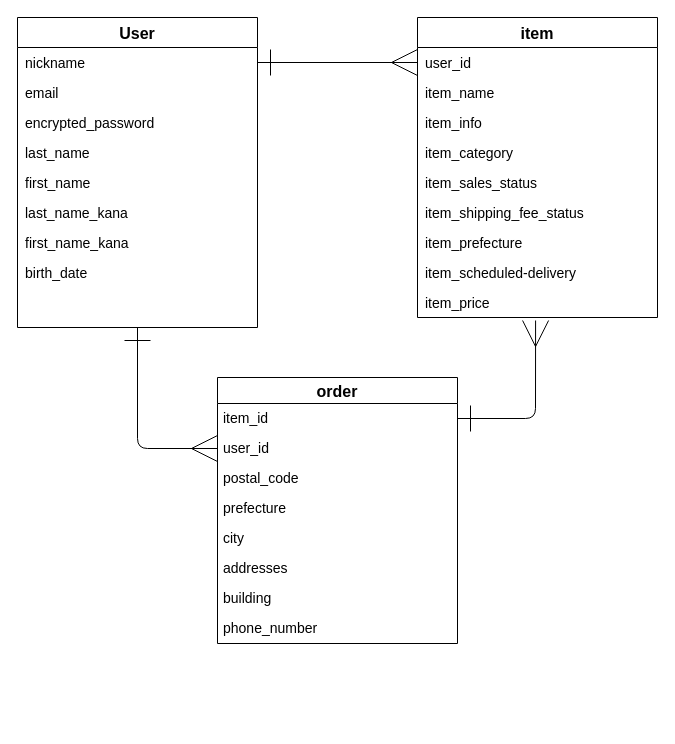
Before: furima.dio in miyazawa220618/furima-38168, a draw.io diagram. Source tidied: cells renumbered, new cells numbered last; positions are measured from the earlier drawing's top-left corner, leaving out a move shared by most shapes. Both pictures are drawn from the tidied source at 100%, with x=0, y=0 at pixel (17, 17).
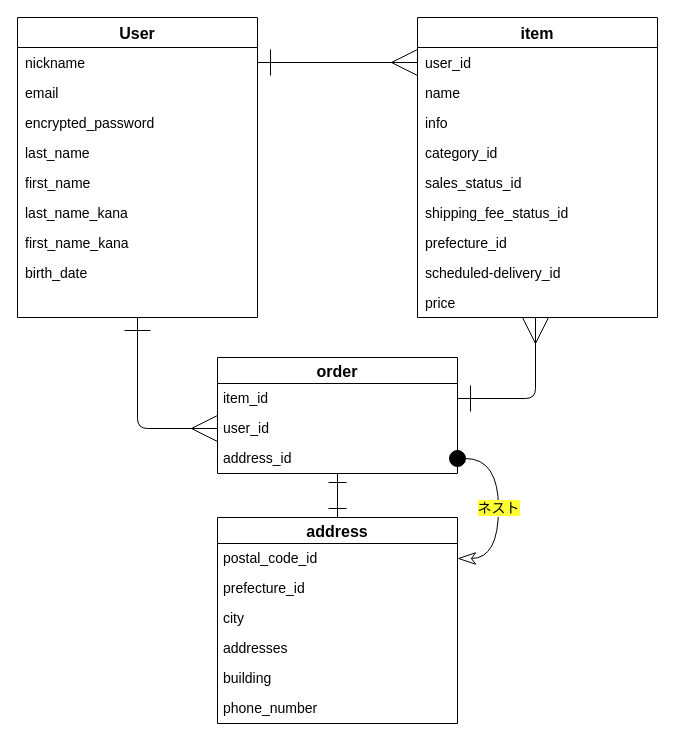
Above is the later version.

Commit message (it also covers changes not shown here):
ER図/READMEの作成［修正］

住所テーブル(address)の追加/ActiveHash化するために_idの追加/データ型の修正

The change refers to these unchanged cells:
```xml
<mxCell id="22" style="shape=partialRectangle;fillColor=none;top=0;left=0;bottom=0;right=0;" parent="19" vertex="1">
  <mxGeometry y="60" width="240" height="30" as="geometry" />
</mxCell>
<mxCell id="24" style="shape=partialRectangle;fillColor=none;top=0;left=0;bottom=0;right=0;" parent="19" vertex="1">
  <mxGeometry y="90" width="240" height="30" as="geometry" />
</mxCell>
<mxCell id="26" style="shape=partialRectangle;fillColor=none;top=0;left=0;bottom=0;right=0;" parent="19" vertex="1">
  <mxGeometry y="120" width="240" height="30" as="geometry" />
</mxCell>
<mxCell id="28" style="shape=partialRectangle;fillColor=none;top=0;left=0;bottom=0;right=0;" parent="19" vertex="1">
  <mxGeometry y="150" width="240" height="30" as="geometry" />
</mxCell>
<mxCell id="30" style="shape=partialRectangle;fillColor=none;top=0;left=0;bottom=0;right=0;" parent="19" vertex="1">
  <mxGeometry y="180" width="240" height="30" as="geometry" />
</mxCell>
<mxCell id="32" style="shape=partialRectangle;fillColor=none;top=0;left=0;bottom=0;right=0;" parent="19" vertex="1">
  <mxGeometry y="210" width="240" height="30" as="geometry" />
</mxCell>
<mxCell id="34" style="shape=partialRectangle;fillColor=none;top=0;left=0;bottom=0;right=0;" parent="19" vertex="1">
  <mxGeometry y="240" width="240" height="30" as="geometry" />
</mxCell>
<mxCell id="36" style="shape=partialRectangle;fillColor=none;top=0;left=0;bottom=0;right=0;points=[[0,0.5],[1,0.5]];portConstraint=eastwest;" parent="19" vertex="1">
  <mxGeometry y="270" width="240" height="30" as="geometry" />
</mxCell>
<mxCell id="40" value="item_id" style="text;strokeColor=none;fillColor=none;spacingLeft=4;spacingRight=4;overflow=hidden;points=[[0,0.5],[1,0.5]];portConstraint=eastwest;fontSize=14;" parent="39" vertex="1">
  <mxGeometry y="26" width="240" height="30" as="geometry" />
</mxCell>
<mxCell id="41" value="user_id" style="text;strokeColor=none;fillColor=none;spacingLeft=4;spacingRight=4;overflow=hidden;points=[[0,0.5],[1,0.5]];portConstraint=eastwest;fontSize=14;" parent="39" vertex="1">
  <mxGeometry y="56" width="240" height="30" as="geometry" />
</mxCell>
```

What changed in the source:
```diff
@@
     <mxCell id="2" value="User" style="shape=table;startSize=30;childLayout=tableLayout;rowLines=0;fontStyle=1;align=center;fontSize=16;" parent="1" vertex="1">
-      <mxGeometry width="240" height="310" as="geometry" />
+      <mxGeometry width="240" height="300" as="geometry" />
     </mxCell>
@@
-    <mxCell id="23" value="item_name" style="shape=partialRectangle;fillColor=none;top=0;left=0;bottom=0;right=0;align=left;spacingLeft=6;overflow=hidden;fontSize=14;" parent="22" vertex="1">
+    <mxCell id="23" value="name" style="shape=partialRectangle;fillColor=none;top=0;left=0;bottom=0;right=0;align=left;spacingLeft=6;overflow=hidden;fontSize=14;" parent="22" vertex="1">
       <mxGeometry width="240" height="30" as="geometry" />
     </mxCell>
@@
-    <mxCell id="25" value="item_info" style="shape=partialRectangle;fillColor=none;top=0;left=0;bottom=0;right=0;align=left;spacingLeft=6;overflow=hidden;fontSize=14;" parent="24" vertex="1">
+    <mxCell id="25" value="info" style="shape=partialRectangle;fillColor=none;top=0;left=0;bottom=0;right=0;align=left;spacingLeft=6;overflow=hidden;fontSize=14;" parent="24" vertex="1">
       <mxGeometry width="240" height="30" as="geometry" />
     </mxCell>
@@
-    <mxCell id="27" value="item_category" style="shape=partialRectangle;fillColor=none;top=0;left=0;bottom=0;right=0;align=left;spacingLeft=6;overflow=hidden;fontSize=14;" parent="26" vertex="1">
+    <mxCell id="27" value="category_id" style="shape=partialRectangle;fillColor=none;top=0;left=0;bottom=0;right=0;align=left;spacingLeft=6;overflow=hidden;fontSize=14;" parent="26" vertex="1">
       <mxGeometry width="240" height="30" as="geometry" />
     </mxCell>
@@
-    <mxCell id="29" value="item_sales_status" style="shape=partialRectangle;fillColor=none;top=0;left=0;bottom=0;right=0;align=left;spacingLeft=6;overflow=hidden;fontSize=14;" parent="28" vertex="1">
+    <mxCell id="29" value="sales_status_id" style="shape=partialRectangle;fillColor=none;top=0;left=0;bottom=0;right=0;align=left;spacingLeft=6;overflow=hidden;fontSize=14;" parent="28" vertex="1">
       <mxGeometry width="240" height="30" as="geometry" />
     </mxCell>
@@
-    <mxCell id="31" value="item_shipping_fee_status" style="shape=partialRectangle;fillColor=none;top=0;left=0;bottom=0;right=0;align=left;spacingLeft=6;overflow=hidden;fontSize=14;" parent="30" vertex="1">
+    <mxCell id="31" value="shipping_fee_status_id" style="shape=partialRectangle;fillColor=none;top=0;left=0;bottom=0;right=0;align=left;spacingLeft=6;overflow=hidden;fontSize=14;" parent="30" vertex="1">
       <mxGeometry width="240" height="30" as="geometry" />
     </mxCell>
@@
-    <mxCell id="33" value="item_prefecture" style="shape=partialRectangle;fillColor=none;top=0;left=0;bottom=0;right=0;align=left;spacingLeft=6;overflow=hidden;fontSize=14;" parent="32" vertex="1">
+    <mxCell id="33" value="prefecture_id" style="shape=partialRectangle;fillColor=none;top=0;left=0;bottom=0;right=0;align=left;spacingLeft=6;overflow=hidden;fontSize=14;" parent="32" vertex="1">
       <mxGeometry width="240" height="30" as="geometry" />
     </mxCell>
@@
-    <mxCell id="35" value="item_scheduled-delivery" style="shape=partialRectangle;fillColor=none;top=0;left=0;bottom=0;right=0;align=left;spacingLeft=6;overflow=hidden;fontSize=14;" parent="34" vertex="1">
+    <mxCell id="35" value="scheduled-delivery_id" style="shape=partialRectangle;fillColor=none;top=0;left=0;bottom=0;right=0;align=left;spacingLeft=6;overflow=hidden;fontSize=14;" parent="34" vertex="1">
       <mxGeometry width="240" height="30" as="geometry" />
     </mxCell>
@@
-    <mxCell id="37" value="item_price" style="shape=partialRectangle;fillColor=none;top=0;left=0;bottom=0;right=0;align=left;spacingLeft=6;overflow=hidden;fontSize=14;" parent="36" vertex="1">
+    <mxCell id="37" value="price" style="shape=partialRectangle;fillColor=none;top=0;left=0;bottom=0;right=0;align=left;spacingLeft=6;overflow=hidden;fontSize=14;" parent="36" vertex="1">
       <mxGeometry width="240" height="30" as="geometry" />
     </mxCell>
@@
+    <mxCell id="50" style="edgeStyle=none;html=1;exitX=0.5;exitY=1;exitDx=0;exitDy=0;entryX=0.5;entryY=0;entryDx=0;entryDy=0;startArrow=ERone;startFill=0;endArrow=ERone;endFill=0;endSize=16;startSize=16;" parent="1" edge="1" source="39" target="51">
+      <mxGeometry relative="1" as="geometry" />
+    </mxCell>
     <mxCell id="39" value="order" style="swimlane;fontStyle=1;horizontal=1;startSize=26;align=center;fontSize=16;" parent="1" vertex="1">
-      <mxGeometry x="200" y="360" width="240" height="266" as="geometry" />
+      <mxGeometry x="200" y="340" width="240" height="116" as="geometry" />
     </mxCell>
@@
-    <mxCell id="42" value="postal_code" style="text;strokeColor=none;fillColor=none;spacingLeft=4;spacingRight=4;overflow=hidden;points=[[0,0.5],[1,0.5]];portConstraint=eastwest;fontSize=14;" parent="39" vertex="1">
+    <mxCell id="42" value="address_id" style="text;strokeColor=none;fillColor=none;spacingLeft=4;spacingRight=4;overflow=hidden;points=[[0,0.5],[1,0.5]];portConstraint=eastwest;fontSize=14;" parent="39" vertex="1">
       <mxGeometry y="86" width="240" height="30" as="geometry" />
     </mxCell>
-    <mxCell id="43" value="prefecture" style="text;strokeColor=none;fillColor=none;spacingLeft=4;spacingRight=4;overflow=hidden;fontSize=14;" parent="39" vertex="1">
-      <mxGeometry y="116" width="240" height="30" as="geometry" />
-    </mxCell>
+    <mxCell id="48" style="edgeStyle=none;html=1;exitX=0;exitY=0.5;exitDx=0;exitDy=0;startArrow=ERmany;startFill=0;endArrow=ERone;endFill=0;startSize=24;endSize=24;targetPerimeterSpacing=1;strokeWidth=1;" parent="1" edge="1" source="41">
+      <mxGeometry relative="1" as="geometry">
+        <mxPoint x="120" y="300" as="targetPoint" />
+        <Array as="points">
+          <mxPoint x="120" y="411" />
+        </Array>
+      </mxGeometry>
+    </mxCell>
+    <mxCell id="49" style="edgeStyle=none;html=1;exitX=1;exitY=0.5;exitDx=0;exitDy=0;startArrow=ERone;startFill=0;endArrow=ERmany;endFill=0;startSize=24;endSize=24;targetPerimeterSpacing=1;strokeWidth=1;" parent="1" edge="1" source="40">
+      <mxGeometry relative="1" as="geometry">
+        <mxPoint x="518" y="300" as="targetPoint" />
+        <Array as="points">
+          <mxPoint x="518" y="381" />
+        </Array>
+      </mxGeometry>
+    </mxCell>
+    <mxCell id="51" value="address" style="swimlane;fontStyle=1;horizontal=1;startSize=26;align=center;fontSize=16;" parent="1" vertex="1">
+      <mxGeometry x="200" y="500" width="240" height="206" as="geometry" />
+    </mxCell>
+    <mxCell id="52" value="postal_code_id" style="text;strokeColor=none;fillColor=none;spacingLeft=4;spacingRight=4;overflow=hidden;fontSize=14;" parent="51" vertex="1">
+      <mxGeometry y="26" width="240" height="30" as="geometry" />
+    </mxCell>
+    <mxCell id="53" value="prefecture_id" style="text;strokeColor=none;fillColor=none;spacingLeft=4;spacingRight=4;overflow=hidden;fontSize=14;" parent="51" vertex="1">
+      <mxGeometry y="56" width="240" height="30" as="geometry" />
+    </mxCell>
-    <mxCell id="44" value="city" style="text;strokeColor=none;fillColor=none;spacingLeft=4;spacingRight=4;overflow=hidden;fontSize=14;" parent="39" vertex="1">
-      <mxGeometry y="146" width="240" height="30" as="geometry" />
+    <mxCell id="44" value="city" style="text;strokeColor=none;fillColor=none;spacingLeft=4;spacingRight=4;overflow=hidden;fontSize=14;" parent="51" vertex="1">
+      <mxGeometry y="86" width="240" height="30" as="geometry" />
     </mxCell>
-    <mxCell id="45" value="addresses" style="text;strokeColor=none;fillColor=none;spacingLeft=4;spacingRight=4;overflow=hidden;fontSize=14;" parent="39" vertex="1">
-      <mxGeometry y="176" width="240" height="30" as="geometry" />
+    <mxCell id="45" value="addresses" style="text;strokeColor=none;fillColor=none;spacingLeft=4;spacingRight=4;overflow=hidden;fontSize=14;" parent="51" vertex="1">
+      <mxGeometry y="116" width="240" height="30" as="geometry" />
     </mxCell>
-    <mxCell id="46" value="building" style="text;strokeColor=none;fillColor=none;spacingLeft=4;spacingRight=4;overflow=hidden;fontSize=14;" parent="39" vertex="1">
-      <mxGeometry y="206" width="240" height="30" as="geometry" />
+    <mxCell id="46" value="building" style="text;strokeColor=none;fillColor=none;spacingLeft=4;spacingRight=4;overflow=hidden;fontSize=14;" parent="51" vertex="1">
+      <mxGeometry y="146" width="240" height="30" as="geometry" />
     </mxCell>
-    <mxCell id="47" value="phone_number" style="text;strokeColor=none;fillColor=none;spacingLeft=4;spacingRight=4;overflow=hidden;fontSize=14;" parent="39" vertex="1">
-      <mxGeometry y="236" width="240" height="30" as="geometry" />
+    <mxCell id="47" value="phone_number" style="text;strokeColor=none;fillColor=none;spacingLeft=4;spacingRight=4;overflow=hidden;fontSize=14;" parent="51" vertex="1">
+      <mxGeometry y="176" width="240" height="30" as="geometry" />
     </mxCell>
-    <mxCell id="48" style="edgeStyle=none;html=1;exitX=0;exitY=0.5;exitDx=0;exitDy=0;entryX=0.5;entryY=1;entryDx=0;entryDy=0;startArrow=ERmany;startFill=0;endArrow=ERone;endFill=0;startSize=24;endSize=24;targetPerimeterSpacing=1;strokeWidth=1;" parent="1" edge="1" source="41" target="2">
-      <mxGeometry relative="1" as="geometry">
-        <Array as="points">
-          <mxPoint x="120" y="431" />
-        </Array>
-      </mxGeometry>
-    </mxCell>
-    <mxCell id="49" style="edgeStyle=none;html=1;exitX=1;exitY=0.5;exitDx=0;exitDy=0;entryX=0.492;entryY=1.1;entryDx=0;entryDy=0;entryPerimeter=0;startArrow=ERone;startFill=0;endArrow=ERmany;endFill=0;startSize=24;endSize=24;targetPerimeterSpacing=1;strokeWidth=1;" parent="1" edge="1" source="40" target="36">
-      <mxGeometry relative="1" as="geometry">
-        <Array as="points">
-          <mxPoint x="518" y="401" />
-        </Array>
-      </mxGeometry>
-    </mxCell>
+    <mxCell id="54" value="&lt;font style=&quot;font-size: 14px ; background-color: rgb(255 , 255 , 51)&quot; color=&quot;#000000&quot;&gt;ネスト&lt;/font&gt;" style="edgeStyle=orthogonalEdgeStyle;curved=1;html=1;exitX=1;exitY=0.5;exitDx=0;exitDy=0;entryX=1;entryY=0.5;entryDx=0;entryDy=0;startArrow=oval;startFill=1;endArrow=classicThin;endFill=0;startSize=16;endSize=16;" parent="1" edge="1" source="42">
+      <mxGeometry relative="1" as="geometry">
+        <mxPoint x="440" y="541" as="targetPoint" />
+        <Array as="points">
+          <mxPoint x="481" y="441" />
+          <mxPoint x="481" y="541" />
+        </Array>
+      </mxGeometry>
+    </mxCell>
```
